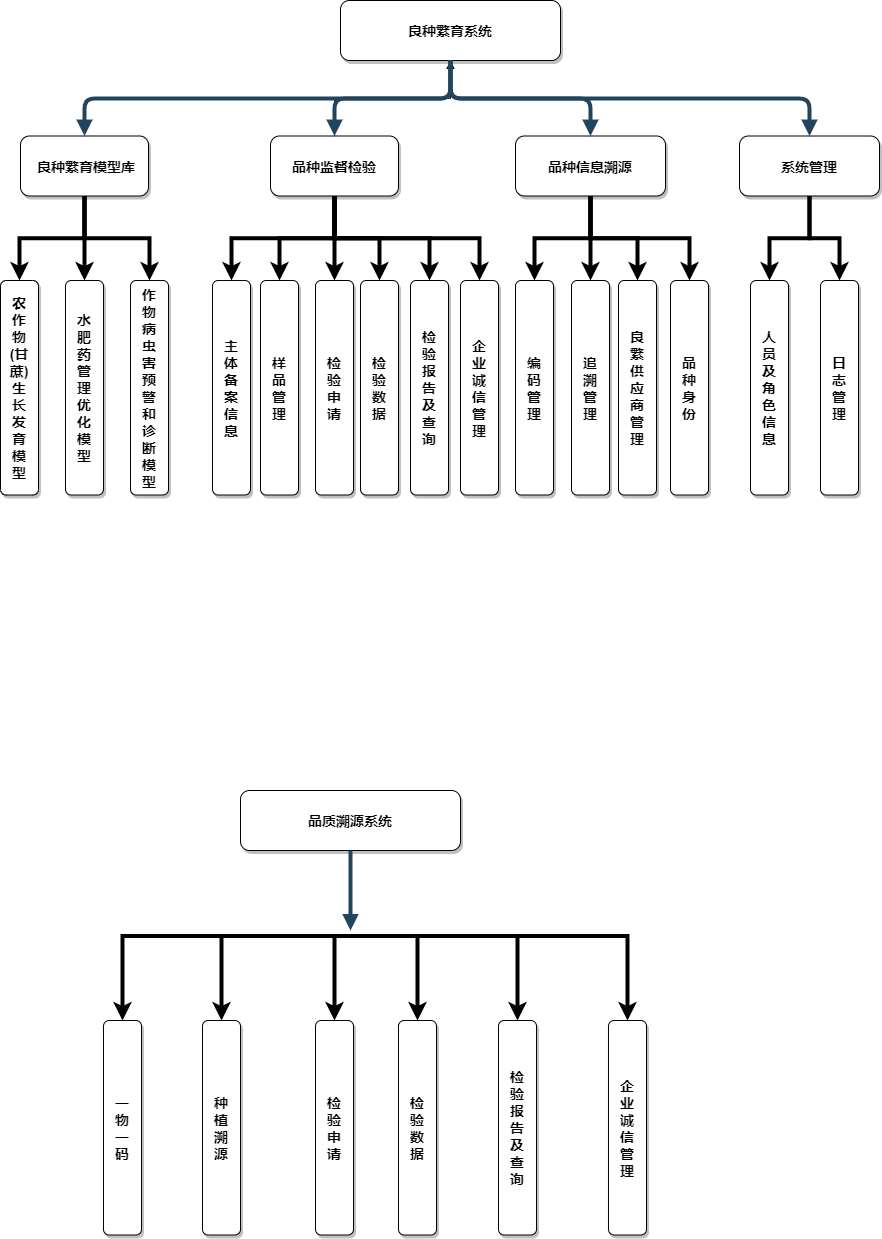
Above: Untitled Diagram.png in kevinchen008/dragon (draw.io), before the change. Source tidied: cells renumbered, new cells last; positions are measured from the earlier drawing's top-left corner, leaving out a move shared by most shapes.
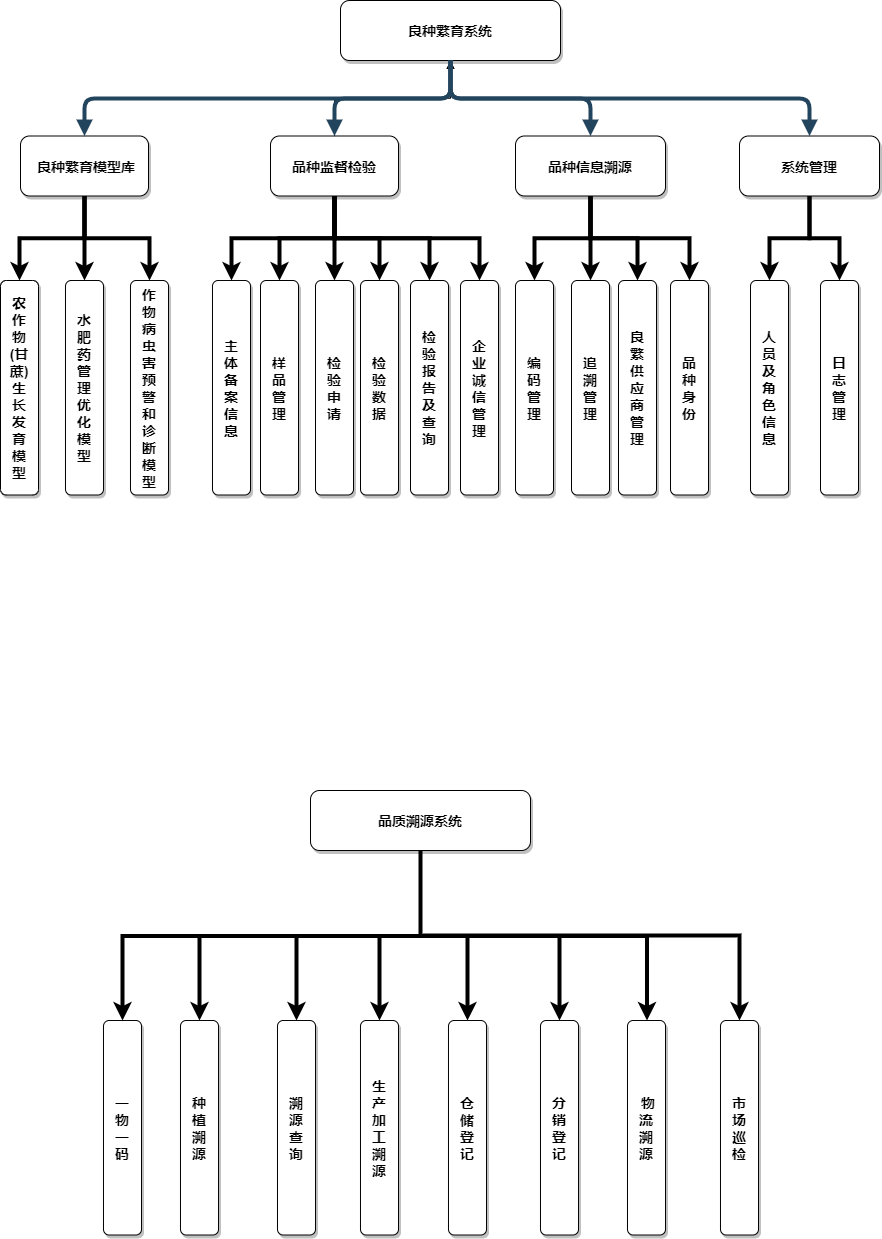
After the change.

Change to the diagram source:
```diff
@@ -123,7 +123,7 @@
       <mxGeometry x="820" y="280" width="38" height="214.5" as="geometry" />
     </mxCell>
     <mxCell id="42" value="品质溯源系统" style="rounded=1;shadow=1;fontStyle=1;fontSize=14;" parent="1" vertex="1">
-      <mxGeometry x="240" y="790" width="220" height="60" as="geometry" />
+      <mxGeometry x="310" y="790" width="220" height="60" as="geometry" />
     </mxCell>
     <mxCell id="43" style="edgeStyle=orthogonalEdgeStyle;rounded=0;jettySize=auto;html=1;strokeWidth=4;fontFamily=Helvetica;" parent="1" edge="1" target="53">
       <mxGeometry relative="1" as="geometry">
@@ -155,31 +155,38 @@
         <mxPoint x="334" y="935.5" as="sourcePoint" />
       </mxGeometry>
     </mxCell>
-    <mxCell id="49" style="edgeStyle=elbowEdgeStyle;elbow=vertical;strokeWidth=4;endArrow=block;endFill=1;fontStyle=1;strokeColor=#23445D;" parent="1" edge="1" source="42">
-      <mxGeometry x="22" y="905.5" as="geometry">
-        <mxPoint x="350" y="930" as="targetPoint" />
-        <Array as="points">
-          <mxPoint x="350" y="930" />
-        </Array>
-      </mxGeometry>
-    </mxCell>
     <mxCell id="50" value="种&#10;植&#10;溯&#10;源" style="rounded=1;shadow=1;fontStyle=1;fontSize=14;" parent="1" vertex="1">
-      <mxGeometry x="202" y="1020" width="38" height="214.5" as="geometry" />
+      <mxGeometry x="180" y="1020" width="38" height="214.5" as="geometry" />
     </mxCell>
     <mxCell id="51" value="一&#10;物&#10;一&#10;码" style="rounded=1;shadow=1;fontStyle=1;fontSize=14;" parent="1" vertex="1">
       <mxGeometry x="103" y="1020" width="38" height="214.5" as="geometry" />
     </mxCell>
-    <mxCell id="52" value="检&#10;验&#10;申&#10;请" style="rounded=1;shadow=1;fontStyle=1;fontSize=14;" parent="1" vertex="1">
-      <mxGeometry x="315" y="1020" width="38" height="214.5" as="geometry" />
+    <mxCell id="52" value="溯&#10;源&#10;查&#10;询" style="rounded=1;shadow=1;fontStyle=1;fontSize=14;" parent="1" vertex="1">
+      <mxGeometry x="277" y="1020" width="38" height="214.5" as="geometry" />
     </mxCell>
-    <mxCell id="53" value="检&#10;验&#10;数&#10;据" style="rounded=1;shadow=1;fontStyle=1;fontSize=14;" parent="1" vertex="1">
-      <mxGeometry x="398" y="1020" width="38" height="214.5" as="geometry" />
+    <mxCell id="53" value="生&#10;产&#10;加&#10;工&#10;溯&#10;源" style="rounded=1;shadow=1;fontStyle=1;fontSize=14;" parent="1" vertex="1">
+      <mxGeometry x="360" y="1020" width="38" height="214.5" as="geometry" />
     </mxCell>
-    <mxCell id="54" value="检&#10;验&#10;报&#10;告&#10;及&#10;查&#10;询" style="rounded=1;shadow=1;fontStyle=1;fontSize=14;" parent="1" vertex="1">
-      <mxGeometry x="498" y="1020" width="38" height="214.5" as="geometry" />
+    <mxCell id="54" value="仓&#10;储&#10;登&#10;记" style="rounded=1;shadow=1;fontStyle=1;fontSize=14;" parent="1" vertex="1">
+      <mxGeometry x="448" y="1020" width="38" height="214.5" as="geometry" />
     </mxCell>
-    <mxCell id="55" value="企&#10;业&#10;诚&#10;信&#10;管&#10;理" style="rounded=1;shadow=1;fontStyle=1;fontSize=14;" parent="1" vertex="1">
-      <mxGeometry x="608" y="1020" width="38" height="214.5" as="geometry" />
+    <mxCell id="55" value="分&#10;销&#10;登&#10;记" style="rounded=1;shadow=1;fontStyle=1;fontSize=14;" parent="1" vertex="1">
+      <mxGeometry x="540" y="1020" width="38" height="214.5" as="geometry" />
     </mxCell>
+    <mxCell id="56" value=" 物&#10;流&#10;溯&#10;源" style="rounded=1;shadow=1;fontStyle=1;fontSize=14;" parent="1" vertex="1">
+      <mxGeometry x="627" y="1020" width="38" height="214.5" as="geometry" />
+    </mxCell>
+    <mxCell id="57" value="市&#10;场&#10;巡&#10;检" style="rounded=1;shadow=1;fontStyle=1;fontSize=14;" parent="1" vertex="1">
+      <mxGeometry x="720" y="1020" width="38" height="214.5" as="geometry" />
+    </mxCell>
+    <mxCell id="58" style="edgeStyle=orthogonalEdgeStyle;rounded=0;orthogonalLoop=1;jettySize=auto;html=1;exitX=0.5;exitY=1;exitDx=0;exitDy=0;entryX=0.5;entryY=0;entryDx=0;entryDy=0;strokeWidth=4;fontFamily=Helvetica;" parent="1" edge="1">
+      <mxGeometry relative="1" as="geometry">
+        <mxPoint x="421.5" y="935.5" as="sourcePoint" />
+        <mxPoint x="646.5" y="1020" as="targetPoint" />
+      </mxGeometry>
+    </mxCell>
+    <mxCell id="59" style="edgeStyle=orthogonalEdgeStyle;rounded=0;jettySize=auto;html=1;entryX=0.5;entryY=0;entryDx=0;entryDy=0;strokeWidth=4;fontFamily=Helvetica;exitX=0.5;exitY=1;exitDx=0;exitDy=0;" parent="1" edge="1" source="42" target="57">
+      <mxGeometry relative="1" as="geometry" />
+    </mxCell>
   </root>
 </mxGraphModel>
```
